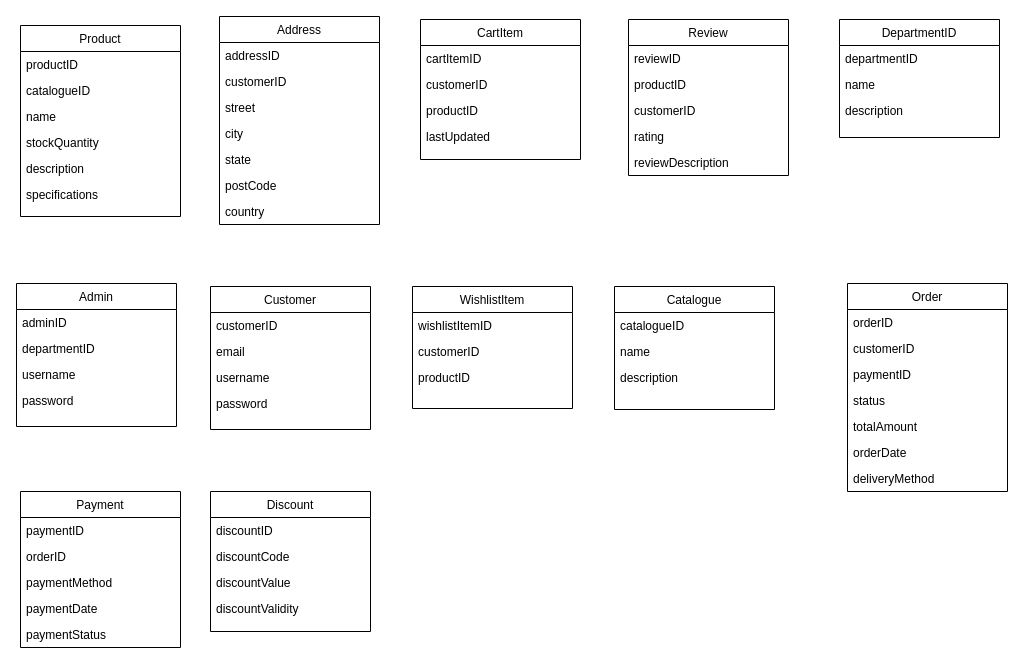
Earlier version of the draw.io diagram ITC211 System Analysis and Design/Untitled Diagram.drawio (Sam-WebP/CSU). Source tidied: cells renumbered, new cells numbered last; positions are measured from the earlier drawing's top-left corner, leaving out a move shared by most shapes. Both pictures are drawn from the tidied source at 100%, with x=0, y=0 at pixel (16, 16).
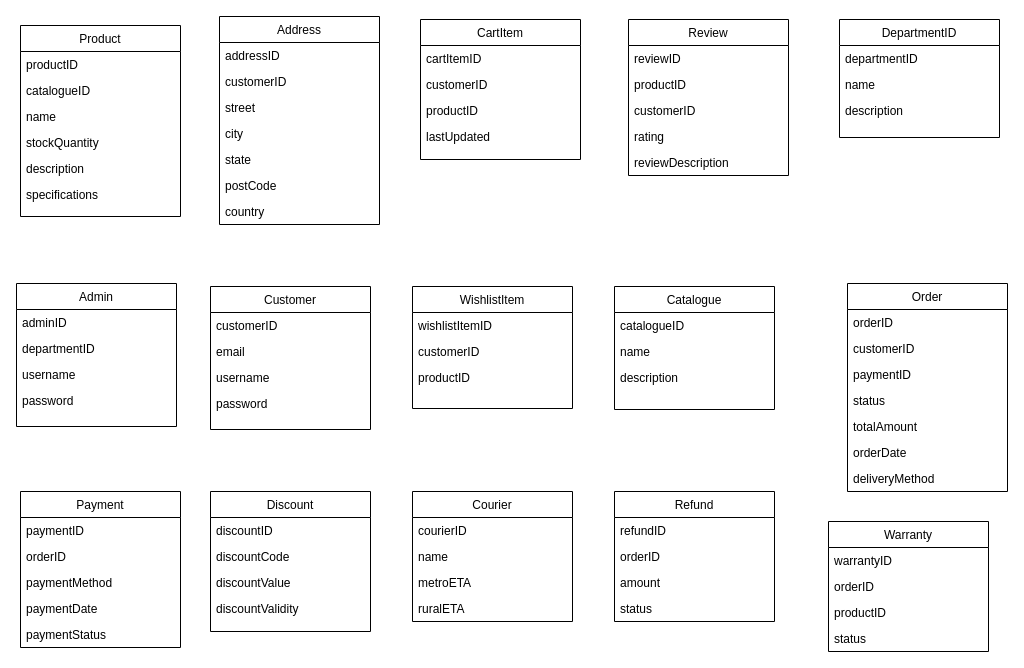
The same diagram, later.

Commit message:
Finished adding all the classes.drawio

What changed in the source:
```diff
@@
+    <mxCell id="69" value="Courier" style="swimlane;fontStyle=0;align=center;verticalAlign=top;horizontal=1;startSize=26;rounded=0;shadow=0;strokeWidth=1;" parent="1" vertex="1">
+      <mxGeometry x="396" y="475" width="160" height="130" as="geometry" />
+    </mxCell>
+    <mxCell id="70" value="courierID" style="text;align=left;verticalAlign=top;spacingLeft=4;spacingRight=4;overflow=hidden;" parent="69" vertex="1">
+      <mxGeometry y="26" width="160" height="26" as="geometry" />
+    </mxCell>
+    <mxCell id="71" value="name" style="text;align=left;verticalAlign=top;spacingLeft=4;spacingRight=4;overflow=hidden;rounded=0;shadow=0;html=0;" parent="69" vertex="1">
+      <mxGeometry y="52" width="160" height="26" as="geometry" />
+    </mxCell>
+    <mxCell id="72" value="metroETA" style="text;align=left;verticalAlign=top;spacingLeft=4;spacingRight=4;overflow=hidden;rounded=0;shadow=0;html=0;" parent="69" vertex="1">
+      <mxGeometry y="78" width="160" height="26" as="geometry" />
+    </mxCell>
+    <mxCell id="73" value="ruralETA" style="text;align=left;verticalAlign=top;spacingLeft=4;spacingRight=4;overflow=hidden;rounded=0;shadow=0;html=0;" parent="69" vertex="1">
+      <mxGeometry y="104" width="160" height="26" as="geometry" />
+    </mxCell>
+    <mxCell id="74" value="Refund" style="swimlane;fontStyle=0;align=center;verticalAlign=top;horizontal=1;startSize=26;rounded=0;shadow=0;strokeWidth=1;" parent="1" vertex="1">
+      <mxGeometry x="598" y="475" width="160" height="130" as="geometry" />
+    </mxCell>
+    <mxCell id="75" value="refundID" style="text;align=left;verticalAlign=top;spacingLeft=4;spacingRight=4;overflow=hidden;" parent="74" vertex="1">
+      <mxGeometry y="26" width="160" height="26" as="geometry" />
+    </mxCell>
+    <mxCell id="76" value="orderID" style="text;align=left;verticalAlign=top;spacingLeft=4;spacingRight=4;overflow=hidden;rounded=0;shadow=0;html=0;" parent="74" vertex="1">
+      <mxGeometry y="52" width="160" height="26" as="geometry" />
+    </mxCell>
+    <mxCell id="77" value="amount" style="text;align=left;verticalAlign=top;spacingLeft=4;spacingRight=4;overflow=hidden;rounded=0;shadow=0;html=0;" parent="74" vertex="1">
+      <mxGeometry y="78" width="160" height="26" as="geometry" />
+    </mxCell>
+    <mxCell id="78" value="status" style="text;align=left;verticalAlign=top;spacingLeft=4;spacingRight=4;overflow=hidden;rounded=0;shadow=0;html=0;" parent="74" vertex="1">
+      <mxGeometry y="104" width="160" height="26" as="geometry" />
+    </mxCell>
+    <mxCell id="79" value="Warranty" style="swimlane;fontStyle=0;align=center;verticalAlign=top;horizontal=1;startSize=26;rounded=0;shadow=0;strokeWidth=1;" parent="1" vertex="1">
+      <mxGeometry x="812" y="505" width="160" height="130" as="geometry" />
+    </mxCell>
+    <mxCell id="80" value="warrantyID" style="text;align=left;verticalAlign=top;spacingLeft=4;spacingRight=4;overflow=hidden;" parent="79" vertex="1">
+      <mxGeometry y="26" width="160" height="26" as="geometry" />
+    </mxCell>
+    <mxCell id="81" value="orderID" style="text;align=left;verticalAlign=top;spacingLeft=4;spacingRight=4;overflow=hidden;rounded=0;shadow=0;html=0;" parent="79" vertex="1">
+      <mxGeometry y="52" width="160" height="26" as="geometry" />
+    </mxCell>
+    <mxCell id="82" value="productID" style="text;align=left;verticalAlign=top;spacingLeft=4;spacingRight=4;overflow=hidden;rounded=0;shadow=0;html=0;" parent="79" vertex="1">
+      <mxGeometry y="78" width="160" height="26" as="geometry" />
+    </mxCell>
+    <mxCell id="83" value="status" style="text;align=left;verticalAlign=top;spacingLeft=4;spacingRight=4;overflow=hidden;rounded=0;shadow=0;html=0;" parent="79" vertex="1">
+      <mxGeometry y="104" width="160" height="26" as="geometry" />
+    </mxCell>
```
